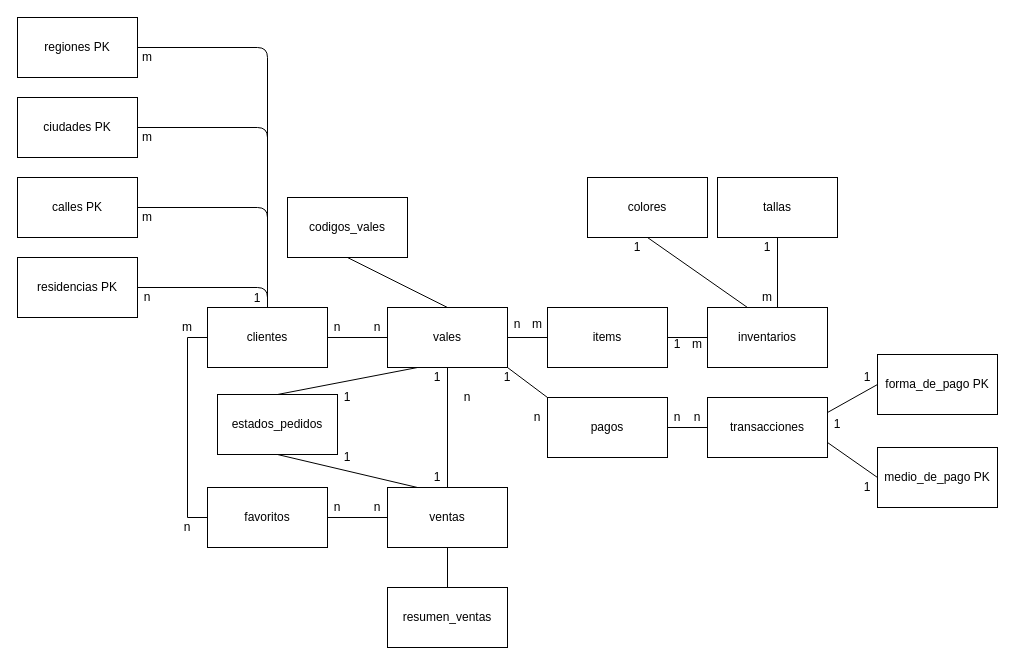
The draw.io diagram diagramas/nieve_cordillera.drawio in carpenaloza/basic_repo, before the edit. Source tidied: cells renumbered, new cells numbered last; positions are measured from the earlier drawing's top-left corner, leaving out a move shared by most shapes. Both pictures are drawn from the tidied source at 100%, with x=0, y=0 at pixel (17, 17).
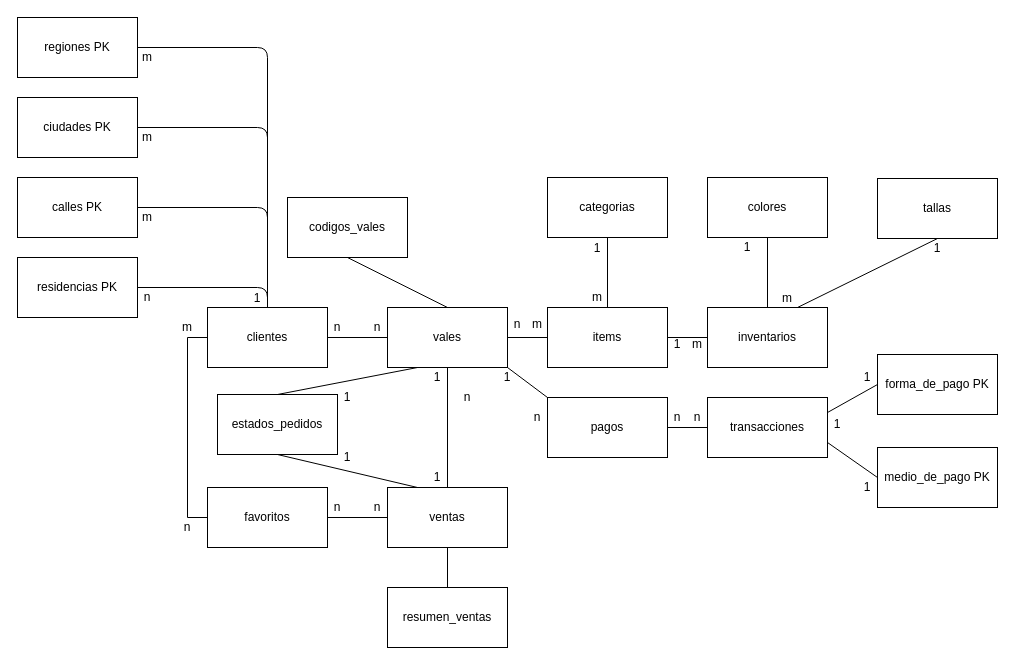
The same page after the edit.

Unchanged cells that the change refers to:
```xml
<mxCell id="3" value="items" style="rounded=0;whiteSpace=wrap;html=1;" parent="1" vertex="1">
  <mxGeometry x="530" y="290" width="120" height="60" as="geometry" />
</mxCell>
<mxCell id="11" value="inventarios" style="rounded=0;whiteSpace=wrap;html=1;" parent="1" vertex="1">
  <mxGeometry x="690" y="290" width="120" height="60" as="geometry" />
</mxCell>
```

Change to the diagram source:
```diff
@@
     <mxCell id="7" value="colores" style="rounded=0;whiteSpace=wrap;html=1;" parent="1" vertex="1">
-      <mxGeometry x="570" y="160" width="120" height="60" as="geometry" />
+      <mxGeometry x="690" y="160" width="120" height="60" as="geometry" />
     </mxCell>
     <mxCell id="8" value="tallas" style="rounded=0;whiteSpace=wrap;html=1;" parent="1" vertex="1">
-      <mxGeometry x="700" y="160" width="120" height="60" as="geometry" />
+      <mxGeometry x="860" y="161" width="120" height="60" as="geometry" />
     </mxCell>
@@
-    <mxCell id="18" style="endArrow=none;html=1;entryX=0.5;entryY=1;entryDx=0;entryDy=0;exitX=0.25;exitY=0;exitDx=0;exitDy=0;" parent="1" edge="1" target="7">
-      <mxGeometry relative="1" as="geometry">
-        <mxPoint x="730" y="290" as="sourcePoint" />
-      </mxGeometry>
+    <mxCell id="18" style="endArrow=none;html=1;entryX=0.5;entryY=1;entryDx=0;entryDy=0;exitX=0.5;exitY=0;exitDx=0;exitDy=0;" parent="1" edge="1" source="11" target="7">
+      <mxGeometry relative="1" as="geometry" />
     </mxCell>
-    <mxCell id="19" style="endArrow=none;html=1;entryX=0.5;entryY=1;entryDx=0;entryDy=0;exitX=0.5;exitY=0;exitDx=0;exitDy=0;" parent="1" edge="1" target="8">
-      <mxGeometry relative="1" as="geometry">
-        <mxPoint x="760" y="290" as="sourcePoint" />
-      </mxGeometry>
+    <mxCell id="19" style="endArrow=none;html=1;entryX=0.5;entryY=1;entryDx=0;entryDy=0;exitX=0.75;exitY=0;exitDx=0;exitDy=0;" parent="1" edge="1" source="11" target="8">
+      <mxGeometry relative="1" as="geometry" />
     </mxCell>
+    <mxCell id="71" value="categorias" style="rounded=0;whiteSpace=wrap;html=1;" parent="1" vertex="1">
+      <mxGeometry x="530" y="160" width="120" height="60" as="geometry" />
+    </mxCell>
+    <mxCell id="72" style="endArrow=none;html=1;entryX=0.5;entryY=1;entryDx=0;entryDy=0;exitX=0.5;exitY=0;exitDx=0;exitDy=0;" parent="1" edge="1" source="3" target="71">
+      <mxGeometry relative="1" as="geometry" />
+    </mxCell>
     <mxCell id="20" value="m" style="text;html=1;strokeColor=none;fillColor=none;align=center;verticalAlign=middle;whiteSpace=wrap;rounded=0;" parent="1" vertex="1">
-      <mxGeometry x="730" y="270" width="40" height="20" as="geometry" />
+      <mxGeometry x="750" y="271" width="40" height="20" as="geometry" />
     </mxCell>
     <mxCell id="21" value="1" style="text;html=1;strokeColor=none;fillColor=none;align=center;verticalAlign=middle;whiteSpace=wrap;rounded=0;" parent="1" vertex="1">
-      <mxGeometry x="600" y="220" width="40" height="20" as="geometry" />
+      <mxGeometry x="710" y="220" width="40" height="20" as="geometry" />
     </mxCell>
     <mxCell id="22" value="1" style="text;html=1;strokeColor=none;fillColor=none;align=center;verticalAlign=middle;whiteSpace=wrap;rounded=0;" parent="1" vertex="1">
-      <mxGeometry x="730" y="220" width="40" height="20" as="geometry" />
+      <mxGeometry x="900" y="221" width="40" height="20" as="geometry" />
     </mxCell>
+    <mxCell id="73" value="1" style="text;html=1;strokeColor=none;fillColor=none;align=center;verticalAlign=middle;whiteSpace=wrap;rounded=0;" parent="1" vertex="1">
+      <mxGeometry x="560" y="221" width="40" height="20" as="geometry" />
+    </mxCell>
@@
+    <mxCell id="74" value="m" style="text;html=1;strokeColor=none;fillColor=none;align=center;verticalAlign=middle;whiteSpace=wrap;rounded=0;" parent="1" vertex="1">
+      <mxGeometry x="560" y="270" width="40" height="20" as="geometry" />
+    </mxCell>
```
